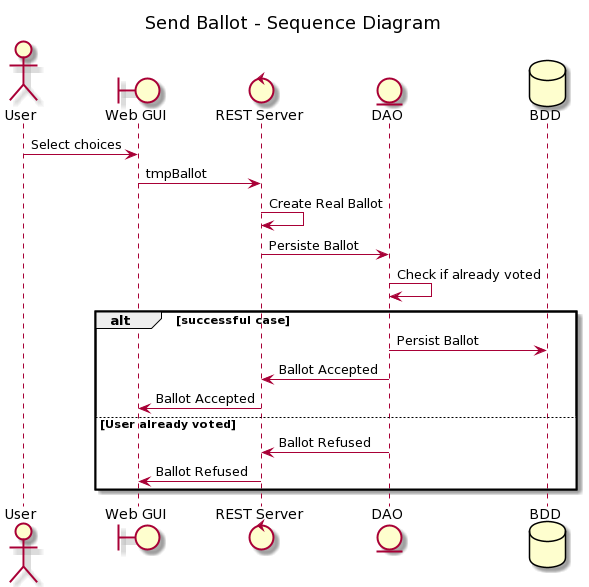
Earlier version of the PlantUML export UML/Send Ballot - Sequence Diagram.png (dptinfoutln/MapareVote).
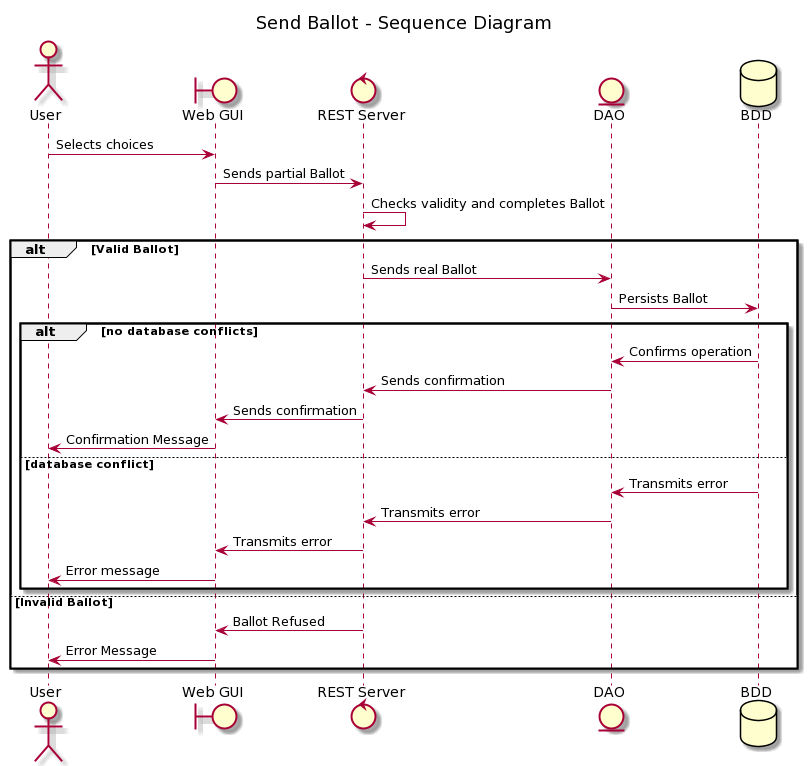
The same diagram one commit later.

The edit, as a diff of the source:
```diff
@@ -7,22 +7,31 @@
 entity DAO
 database "BDD"
 
-User -> GUI : Select choices
-GUI -> RS : tmpBallot
-RS -> RS : Create Real Ballot
-RS -> DAO : Persiste Ballot
-DAO -> DAO : Check if already voted
+User -> GUI: Selects choices
+GUI -> RS: Sends partial Ballot
+RS -> RS: Checks validity and completes Ballot
 
-alt successful case
 
-    DAO -> BDD : Persist Ballot
-    DAO -> RS: Ballot Accepted
-    RS -> GUI: Ballot Accepted
+alt Valid Ballot
 
-else User already voted
+    RS -> DAO: Sends real Ballot
+    DAO -> BDD: Persists Ballot
+    alt no database conflicts
+        BDD -> DAO: Confirms operation
+        DAO -> RS: Sends confirmation
+        RS -> GUI: Sends confirmation
+        GUI -> User: Confirmation Message
+    else database conflict
+        BDD -> DAO: Transmits error
+        DAO -> RS: Transmits error
+        RS -> GUI: Transmits error
+        GUI -> User: Error message
+    end
 
-    DAO -> RS: Ballot Refused
+else Invalid Ballot
+
     RS -> GUI: Ballot Refused
+    GUI -> User: Error Message
 
 end
 @enduml
```
